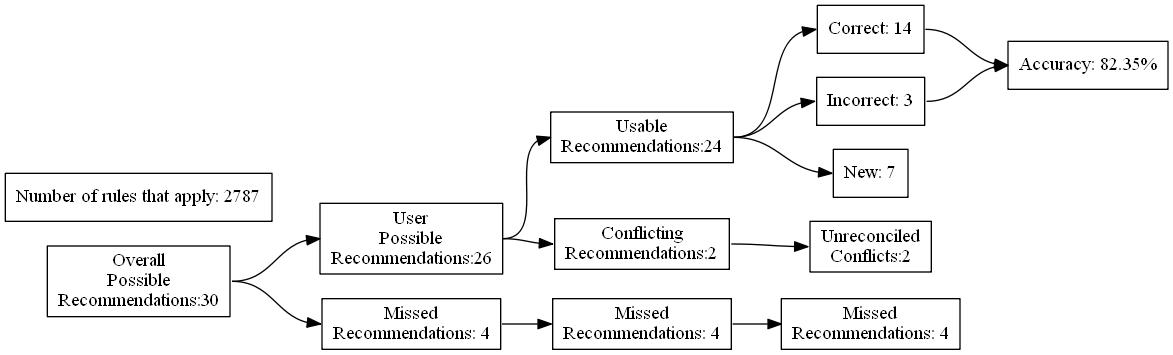
Before: test_renders/26.gv.png, a diagram exported from Graphviz (ZaxR/ibd_diet_analysis). Its source is kept beside it as test_renders/26.gv. The source it was exported from:
```dot
digraph {
	graph [rankdir=LR]
	node [pos=r shape=box]
	edge [headport=w tailport=e]
		A [label="Overall
Possible
Recommendations:30"]
		B [label="User
Possible
Recommendations:26"]
		C [label="Missed
Recommendations: 4"]
		D [label="Usable
Recommendations:24"]
		E [label="Conflicting
Recommendations:2"]
		J [label="Missed
Recommendations: 4"]
		M [label="Unreconciled
Conflicts:2"]
		F [label="Correct: 14"]
		G [label="Incorrect: 3"]
		H [label="New: 7"]
		K [label="Missed
Recommendations: 4"]
		I [label="Accuracy: 82.35%"]
		l [label="Number of rules that apply: 2787"]
			A -> B
			A -> C
			B -> D
			B -> E
			D -> F
			D -> G
			D -> H
			F -> I
			G -> I
			C -> J
			J -> K
			E -> M
}
```
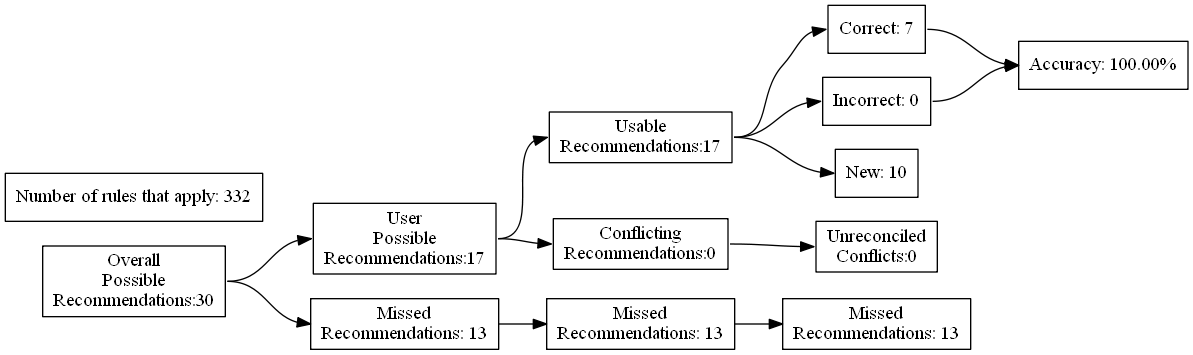
Above is the later version.

Diff of the diagram source:
```diff
@@ -7,24 +7,24 @@
 Recommendations:30"]
 		B [label="User
 Possible
-Recommendations:26"]
+Recommendations:17"]
 		C [label="Missed
-Recommendations: 4"]
+Recommendations: 13"]
 		D [label="Usable
-Recommendations:24"]
+Recommendations:17"]
 		E [label="Conflicting
-Recommendations:2"]
+Recommendations:0"]
 		J [label="Missed
-Recommendations: 4"]
+Recommendations: 13"]
 		M [label="Unreconciled
-Conflicts:2"]
-		F [label="Correct: 14"]
-		G [label="Incorrect: 3"]
-		H [label="New: 7"]
+Conflicts:0"]
+		F [label="Correct: 7"]
+		G [label="Incorrect: 0"]
+		H [label="New: 10"]
 		K [label="Missed
-Recommendations: 4"]
-		I [label="Accuracy: 82.35%"]
-		l [label="Number of rules that apply: 2787"]
+Recommendations: 13"]
+		I [label="Accuracy: 100.00%"]
+		l [label="Number of rules that apply: 332"]
 			A -> B
 			A -> C
 			B -> D
```
